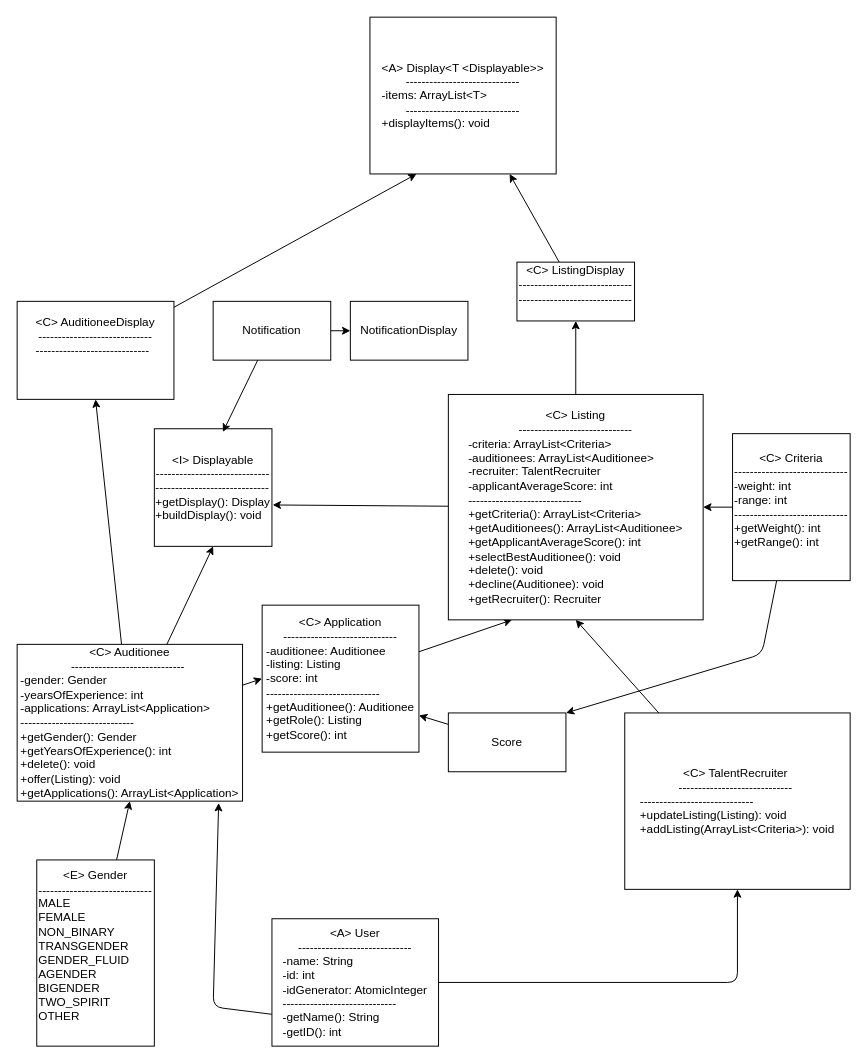
Before: main/docs/UML.drawio in daleUrquhart/TEMS, a draw.io diagram. Source tidied: cells renumbered, new cells numbered last; positions are measured from the earlier drawing's top-left corner, leaving out a move shared by most shapes. Both pictures are drawn from the tidied source at 98%, with x=0, y=0 at pixel (17, 17).
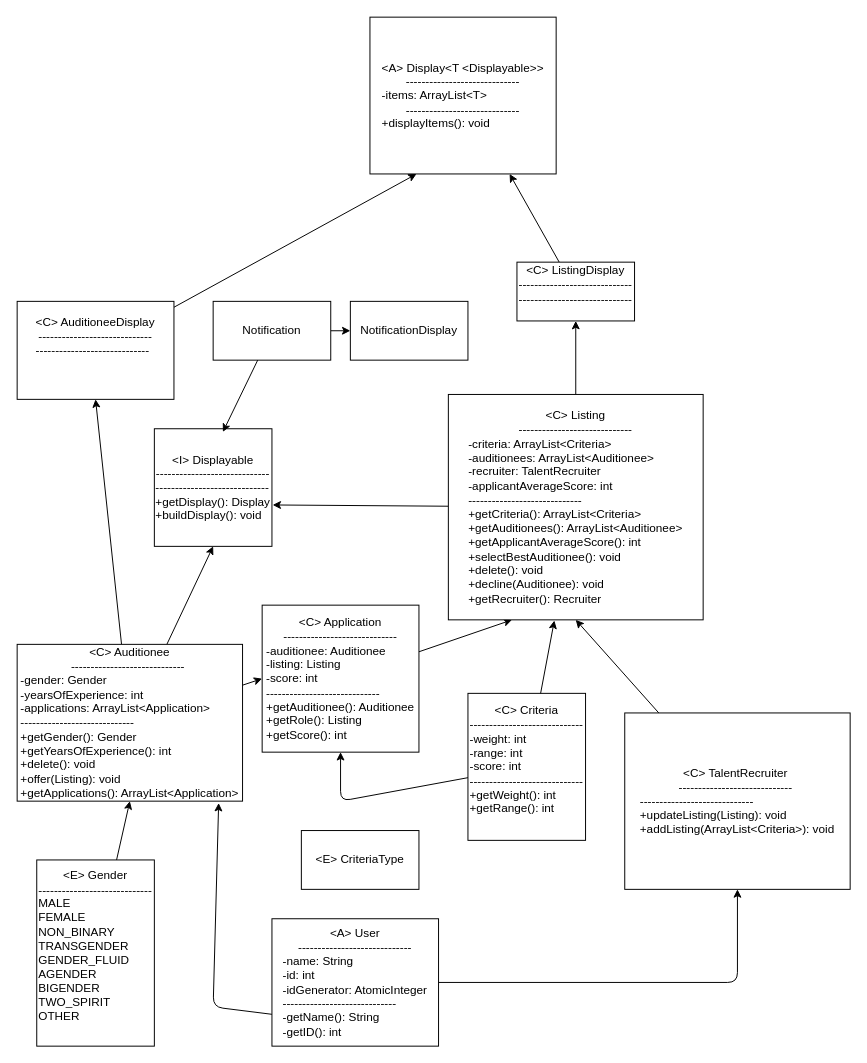
The same diagram, later.

Commit message (it also covers changes not shown here):
Implemented notification, application, and cahnges on criteria

The change refers to these unchanged cells:
```xml
<mxCell id="9" value="&amp;lt;C&amp;gt; Application&lt;br&gt;-----------------------------&lt;br&gt;&lt;div style=&quot;text-align: left;&quot;&gt;-auditionee: Auditionee&lt;/div&gt;&lt;div style=&quot;text-align: left;&quot;&gt;&lt;span style=&quot;background-color: initial;&quot;&gt;-listing: Listing&lt;/span&gt;&lt;br&gt;&lt;/div&gt;&lt;div style=&quot;text-align: left;&quot;&gt;-score: int&lt;/div&gt;&lt;div style=&quot;text-align: left;&quot;&gt;&lt;span style=&quot;text-align: center;&quot;&gt;-----------------------------&lt;/span&gt;&lt;br style=&quot;text-align: center;&quot;&gt;&lt;/div&gt;&lt;div style=&quot;text-align: left;&quot;&gt;+getAuditionee(): Auditionee&lt;/div&gt;&lt;div style=&quot;text-align: left;&quot;&gt;+getRole(): Listing&lt;/div&gt;&lt;div style=&quot;text-align: left;&quot;&gt;+getScore(): int&lt;/div&gt;" style="whiteSpace=wrap;html=1;" parent="1" vertex="1">
  <mxGeometry x="250" y="600" width="160" height="150" as="geometry" />
</mxCell>
<mxCell id="14" value="&amp;lt;C&amp;gt; Listing&lt;br&gt;-----------------------------&lt;br&gt;&lt;div style=&quot;text-align: left;&quot;&gt;-criteria: ArrayList&amp;lt;Criteria&amp;gt;&lt;/div&gt;&lt;div style=&quot;text-align: left;&quot;&gt;-auditionees: ArrayList&amp;lt;Auditionee&amp;gt;&lt;/div&gt;&lt;div style=&quot;text-align: left;&quot;&gt;&lt;div&gt;-recruiter: TalentRecruiter&lt;/div&gt;&lt;/div&gt;&lt;div style=&quot;text-align: left;&quot;&gt;-applicantAverageScore: int&lt;/div&gt;&lt;div style=&quot;text-align: left;&quot;&gt;&lt;span style=&quot;text-align: center;&quot;&gt;-----------------------------&lt;/span&gt;&lt;br style=&quot;text-align: center;&quot;&gt;&lt;/div&gt;&lt;div style=&quot;text-align: left;&quot;&gt;&lt;span style=&quot;text-align: center;&quot;&gt;+getCriteria(): ArrayList&amp;lt;Criteria&amp;gt;&lt;/span&gt;&lt;/div&gt;&lt;div style=&quot;text-align: left;&quot;&gt;&lt;span style=&quot;text-align: center;&quot;&gt;+getAuditionees(): ArrayList&amp;lt;Auditionee&amp;gt;&lt;/span&gt;&lt;/div&gt;&lt;div style=&quot;text-align: left;&quot;&gt;&lt;span style=&quot;text-align: center;&quot;&gt;+getApplicantAverageScore(): int&lt;/span&gt;&lt;/div&gt;&lt;div style=&quot;text-align: left;&quot;&gt;&lt;span style=&quot;text-align: center;&quot;&gt;+selectBestAuditionee(): void&lt;/span&gt;&lt;/div&gt;&lt;div style=&quot;text-align: left;&quot;&gt;&lt;span style=&quot;text-align: center;&quot;&gt;+delete(): void&lt;/span&gt;&lt;/div&gt;&lt;div style=&quot;text-align: left;&quot;&gt;&lt;span style=&quot;text-align: center;&quot;&gt;+decline(Auditionee): void&lt;/span&gt;&lt;/div&gt;&lt;div style=&quot;text-align: left;&quot;&gt;&lt;span style=&quot;text-align: center;&quot;&gt;+getRecruiter(): Recruiter&lt;/span&gt;&lt;/div&gt;" style="whiteSpace=wrap;html=1;" parent="1" vertex="1">
  <mxGeometry x="440" y="385" width="260" height="230" as="geometry" />
</mxCell>
```

What changed in the source:
```diff
@@
-    <mxCell id="15" style="edgeStyle=none;html=1;entryX=1;entryY=0.5;entryDx=0;entryDy=0;exitX=0;exitY=0.5;exitDx=0;exitDy=0;" parent="1" edge="1" source="17" target="14">
-      <mxGeometry relative="1" as="geometry" />
-    </mxCell>
-    <mxCell id="16" style="edgeStyle=none;html=1;entryX=1;entryY=0;entryDx=0;entryDy=0;" parent="1" edge="1" source="17" target="32">
-      <mxGeometry relative="1" as="geometry">
-        <Array as="points">
-          <mxPoint x="760" y="650" />
-        </Array>
-      </mxGeometry>
-    </mxCell>
+    <mxCell id="33" style="edgeStyle=none;html=1;entryX=0.5;entryY=1;entryDx=0;entryDy=0;" parent="1" edge="1" source="17" target="9">
+      <mxGeometry relative="1" as="geometry">
+        <Array as="points">
+          <mxPoint x="330" y="800" />
+        </Array>
+      </mxGeometry>
+    </mxCell>
-    <mxCell id="17" value="&amp;lt;C&amp;gt; Criteria&lt;br&gt;-----------------------------&lt;br&gt;&lt;div style=&quot;text-align: left;&quot;&gt;-weight: int&lt;/div&gt;&lt;div style=&quot;text-align: left;&quot;&gt;-range: int&lt;/div&gt;&lt;div style=&quot;text-align: left;&quot;&gt;-----------------------------&lt;/div&gt;&lt;div style=&quot;text-align: left;&quot;&gt;+getWeight(): int&lt;/div&gt;&lt;div style=&quot;text-align: left;&quot;&gt;+getRange(): int&lt;/div&gt;&lt;div style=&quot;text-align: left;&quot;&gt;&lt;br&gt;&lt;/div&gt;" style="whiteSpace=wrap;html=1;" parent="1" vertex="1">
-      <mxGeometry x="730" y="425" width="120" height="150" as="geometry" />
+    <mxCell id="17" value="&amp;lt;C&amp;gt; Criteria&lt;br&gt;-----------------------------&lt;br&gt;&lt;div style=&quot;text-align: left;&quot;&gt;-weight: int&lt;/div&gt;&lt;div style=&quot;text-align: left;&quot;&gt;-range: int&lt;/div&gt;&lt;div style=&quot;text-align: left;&quot;&gt;-score: int&lt;/div&gt;&lt;div style=&quot;text-align: left;&quot;&gt;-----------------------------&lt;/div&gt;&lt;div style=&quot;text-align: left;&quot;&gt;+getWeight(): int&lt;/div&gt;&lt;div style=&quot;text-align: left;&quot;&gt;+getRange(): int&lt;/div&gt;&lt;div style=&quot;text-align: left;&quot;&gt;&lt;br&gt;&lt;/div&gt;" style="whiteSpace=wrap;html=1;" parent="1" vertex="1">
+      <mxGeometry x="460" y="690" width="120" height="150" as="geometry" />
     </mxCell>
@@
-    <mxCell id="31" style="edgeStyle=none;html=1;entryX=1;entryY=0.75;entryDx=0;entryDy=0;" parent="1" edge="1" source="32" target="9">
-      <mxGeometry relative="1" as="geometry" />
-    </mxCell>
-    <mxCell id="32" value="Score" style="whiteSpace=wrap;html=1;" parent="1" vertex="1">
-      <mxGeometry x="440" y="710" width="120" height="60" as="geometry" />
-    </mxCell>
+    <mxCell id="15" style="edgeStyle=none;html=1;entryX=0.416;entryY=1.003;entryDx=0;entryDy=0;entryPerimeter=0;" parent="1" edge="1" source="17" target="14">
+      <mxGeometry relative="1" as="geometry" />
+    </mxCell>
+    <mxCell id="34" value="&amp;lt;E&amp;gt; CriteriaType" style="whiteSpace=wrap;html=1;" parent="1" vertex="1">
+      <mxGeometry x="290" y="830" width="120" height="60" as="geometry" />
+    </mxCell>
```
